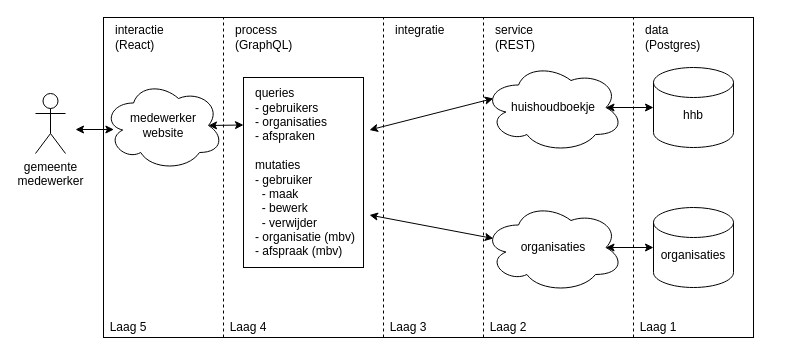
This is docs/CC.drawio from frameless/huishoudboekje-nl-design-system-demo, a draw.io file, before an edit. Source tidied: cells renumbered, new cells numbered last; positions are measured from the earlier drawing's top-left corner, leaving out a move shared by most shapes. Both pictures are drawn from the tidied source at 100%, with x=0, y=0 at pixel (35, 17).
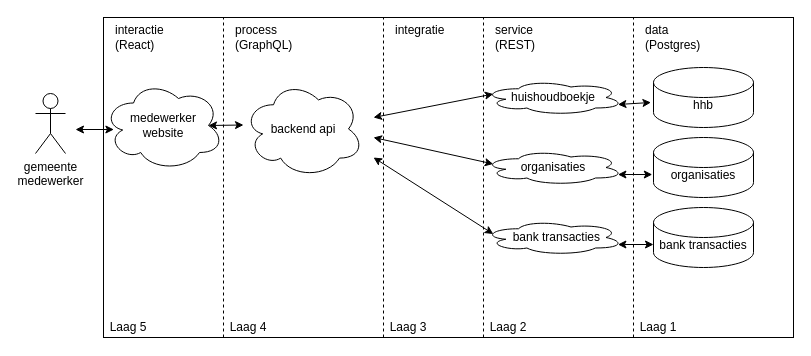
After the change.

Commit message (it also covers changes not shown here):
added png for linking from components page

Unchanged cells that the change refers to:
```xml
<mxCell id="28" value="medewerker&lt;br&gt;website" style="ellipse;shape=cloud;whiteSpace=wrap;html=1;" parent="1" vertex="1">
  <mxGeometry x="68" y="63" width="120" height="90" as="geometry" />
</mxCell>
```

What changed in the source:
```diff
@@
     <mxCell id="2" style="rounded=0;whiteSpace=wrap;html=1;" parent="1" vertex="1">
-      <mxGeometry x="68" width="650" height="320" as="geometry" />
+      <mxGeometry x="68" width="690" height="320" as="geometry" />
     </mxCell>
-    <mxCell id="3" style="rounded=0;whiteSpace=wrap;html=1;" parent="1" vertex="1">
-      <mxGeometry x="208" y="60" width="120" height="190" as="geometry" />
-    </mxCell>
@@
     <mxCell id="14" value="&lt;br&gt;hhb" style="shape=cylinder2;whiteSpace=wrap;html=1;boundedLbl=1;backgroundOutline=1;size=15;" parent="1" vertex="1">
-      <mxGeometry x="618" y="50" width="80" height="80" as="geometry" />
+      <mxGeometry x="618" y="50" width="100" height="60" as="geometry" />
     </mxCell>
     <mxCell id="15" value="&lt;br&gt;organisaties" style="shape=cylinder2;whiteSpace=wrap;html=1;boundedLbl=1;backgroundOutline=1;size=15;" parent="1" vertex="1">
-      <mxGeometry x="618" y="190" width="80" height="80" as="geometry" />
+      <mxGeometry x="618" y="120" width="100" height="60" as="geometry" />
     </mxCell>
     <mxCell id="16" value="huishoudboekje" style="ellipse;shape=cloud;whiteSpace=wrap;html=1;" parent="1" vertex="1">
-      <mxGeometry x="448" y="45" width="140" height="90" as="geometry" />
+      <mxGeometry x="448" y="62.5" width="140" height="35" as="geometry" />
     </mxCell>
-    <mxCell id="17" style="edgeStyle=orthogonalEdgeStyle;rounded=0;jettySize=auto;html=1;startArrow=classic;startFill=1;exitX=0.875;exitY=0.5;exitDx=0;exitDy=0;exitPerimeter=0;" parent="1" edge="1" source="18" target="15">
-      <mxGeometry relative="1" as="geometry" />
-    </mxCell>
     <mxCell id="18" value="organisaties" style="ellipse;shape=cloud;whiteSpace=wrap;html=1;" parent="1" vertex="1">
-      <mxGeometry x="448" y="185" width="140" height="90" as="geometry" />
+      <mxGeometry x="448" y="132.5" width="140" height="35" as="geometry" />
     </mxCell>
-    <mxCell id="19" style="edgeStyle=orthogonalEdgeStyle;rounded=0;jettySize=auto;html=1;startArrow=classic;startFill=1;exitX=0.875;exitY=0.5;exitDx=0;exitDy=0;exitPerimeter=0;" parent="1" edge="1" source="16" target="14">
-      <mxGeometry relative="1" as="geometry" />
-    </mxCell>
-    <mxCell id="20" value="queries&lt;br&gt;&lt;span&gt;- gebruikers&lt;/span&gt;&lt;br&gt;&lt;span&gt;- organisaties&lt;br&gt;- afspraken&lt;br&gt;&lt;/span&gt;&lt;br&gt;mutaties&lt;br&gt;- gebruiker&amp;nbsp;&lt;br&gt;&amp;nbsp; - maak&lt;br&gt;&amp;nbsp; - bewerk&lt;br&gt;&amp;nbsp; - verwijder&lt;br&gt;- organisatie (mbv)&lt;br&gt;- afspraak (mbv)" style="text;html=1;strokeColor=none;fillColor=none;align=left;verticalAlign=middle;whiteSpace=wrap;rounded=0;" parent="1" vertex="1">
-      <mxGeometry x="218" y="70" width="116" height="170" as="geometry" />
-    </mxCell>
@@
-    <mxCell id="22" style="endArrow=classic;startArrow=classic;html=1;exitX=1;exitY=0.25;exitDx=0;exitDy=0;entryX=0.07;entryY=0.4;entryDx=0;entryDy=0;entryPerimeter=0;" parent="1" edge="1" source="20" target="16">
-      <mxGeometry relative="1" as="geometry" />
-    </mxCell>
-    <mxCell id="23" style="endArrow=classic;startArrow=classic;html=1;exitX=1;exitY=0.75;exitDx=0;exitDy=0;entryX=0.07;entryY=0.4;entryDx=0;entryDy=0;entryPerimeter=0;" parent="1" edge="1" source="20" target="18">
-      <mxGeometry relative="1" as="geometry" />
-    </mxCell>
@@
-    <mxCell id="29" style="endArrow=classic;startArrow=classic;html=1;exitX=0.875;exitY=0.5;exitDx=0;exitDy=0;exitPerimeter=0;entryX=0;entryY=0.25;entryDx=0;entryDy=0;" parent="1" edge="1" source="28" target="3">
-      <mxGeometry relative="1" as="geometry" />
+    <mxCell id="29" style="endArrow=classic;startArrow=classic;html=1;exitX=0.875;exitY=0.5;exitDx=0;exitDy=0;exitPerimeter=0;entryX=0;entryY=0.25;entryDx=0;entryDy=0;" parent="1" edge="1" source="28">
+      <mxGeometry relative="1" as="geometry">
+        <mxPoint x="208" y="107.5" as="targetPoint" />
+      </mxGeometry>
     </mxCell>
@@
+    <mxCell id="31" value="backend api" style="ellipse;shape=cloud;whiteSpace=wrap;html=1;" parent="1" vertex="1">
+      <mxGeometry x="208" y="63" width="120" height="97" as="geometry" />
+    </mxCell>
+    <mxCell id="32" value="&amp;nbsp; bank transacties" style="ellipse;shape=cloud;whiteSpace=wrap;html=1;" parent="1" vertex="1">
+      <mxGeometry x="448" y="202.5" width="140" height="35" as="geometry" />
+    </mxCell>
+    <mxCell id="33" value="&lt;br&gt;bank transacties" style="shape=cylinder2;whiteSpace=wrap;html=1;boundedLbl=1;backgroundOutline=1;size=15;" parent="1" vertex="1">
+      <mxGeometry x="618" y="190" width="100" height="60" as="geometry" />
+    </mxCell>
+    <mxCell id="34" style="endArrow=classic;startArrow=classic;html=1;entryX=0.07;entryY=0.4;entryDx=0;entryDy=0;entryPerimeter=0;" parent="1" edge="1" target="16">
+      <mxGeometry relative="1" as="geometry">
+        <mxPoint x="338" y="100" as="sourcePoint" />
+      </mxGeometry>
+    </mxCell>
+    <mxCell id="35" style="endArrow=classic;startArrow=classic;html=1;entryX=0.07;entryY=0.4;entryDx=0;entryDy=0;entryPerimeter=0;" parent="1" edge="1" target="18">
+      <mxGeometry relative="1" as="geometry">
+        <mxPoint x="338" y="120" as="sourcePoint" />
+      </mxGeometry>
+    </mxCell>
+    <mxCell id="36" style="endArrow=classic;startArrow=classic;html=1;entryX=0.07;entryY=0.4;entryDx=0;entryDy=0;entryPerimeter=0;" parent="1" edge="1" target="32">
+      <mxGeometry relative="1" as="geometry">
+        <mxPoint x="338" y="140" as="sourcePoint" />
+      </mxGeometry>
+    </mxCell>
+    <mxCell id="19" style="endArrow=classic;startArrow=classic;html=1;entryX=-0.025;entryY=0.583;entryDx=0;entryDy=0;entryPerimeter=0;exitX=0.96;exitY=0.7;exitDx=0;exitDy=0;exitPerimeter=0;" parent="1" edge="1" source="16" target="14">
+      <mxGeometry relative="1" as="geometry" />
+    </mxCell>
+    <mxCell id="17" style="endArrow=classic;startArrow=classic;html=1;entryX=-0.012;entryY=0.617;entryDx=0;entryDy=0;entryPerimeter=0;exitX=0.96;exitY=0.7;exitDx=0;exitDy=0;exitPerimeter=0;" parent="1" edge="1" source="18" target="15">
+      <mxGeometry relative="1" as="geometry" />
+    </mxCell>
+    <mxCell id="37" style="endArrow=classic;startArrow=classic;html=1;exitX=0.96;exitY=0.7;exitDx=0;exitDy=0;exitPerimeter=0;" parent="1" edge="1" source="32">
+      <mxGeometry relative="1" as="geometry">
+        <mxPoint x="618" y="227" as="targetPoint" />
+      </mxGeometry>
+    </mxCell>
```
